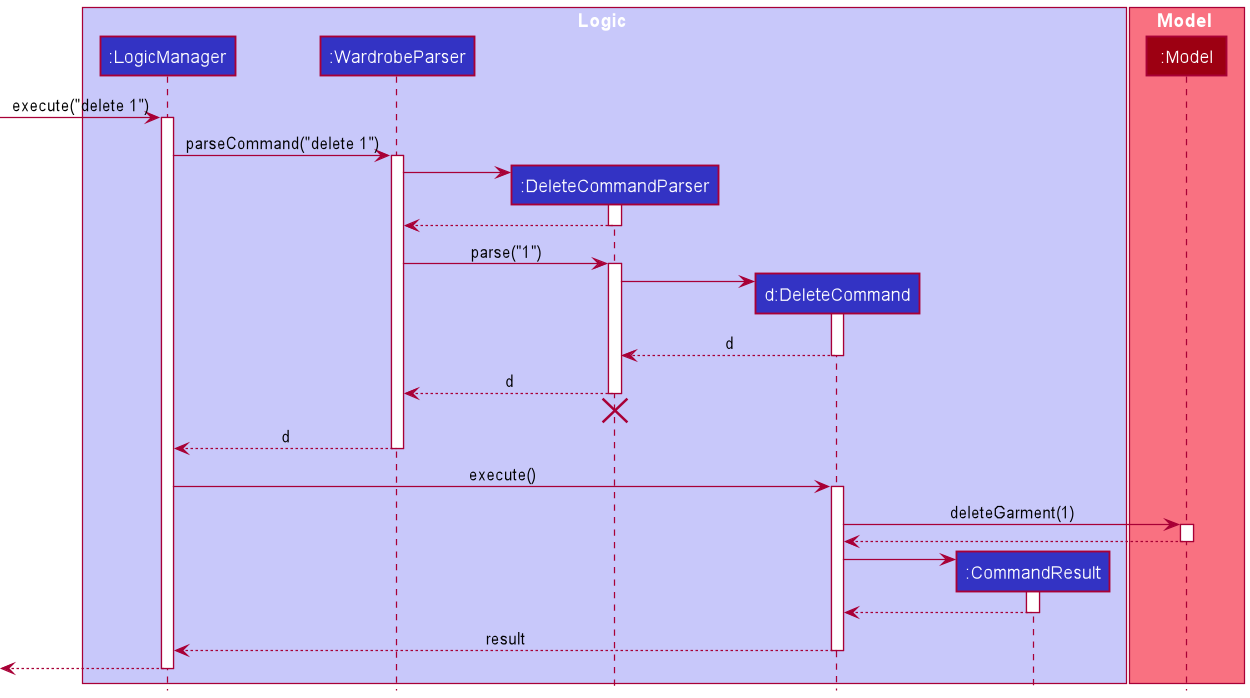
Above: docs/images/DeleteSequenceDiagram.png in nus-cs2103-AY2021S2/tp (PlantUML), before the change. Source of this version:
```plantuml
@startuml
!include style.puml

box Logic LOGIC_COLOR_T1
participant ":LogicManager" as LogicManager LOGIC_COLOR
participant ":WardrobeParser" as WardrobeParser LOGIC_COLOR
participant ":DeleteCommandParser" as DeleteCommandParser LOGIC_COLOR
participant "d:DeleteCommand" as DeleteCommand LOGIC_COLOR
participant ":CommandResult" as CommandResult LOGIC_COLOR
end box

box Model MODEL_COLOR_T1
participant ":Model" as Model MODEL_COLOR
end box

[-> LogicManager : execute("delete 1")
activate LogicManager

LogicManager -> WardrobeParser : parseCommand("delete 1")
activate WardrobeParser

create DeleteCommandParser
WardrobeParser -> DeleteCommandParser
activate DeleteCommandParser

DeleteCommandParser --> WardrobeParser
deactivate DeleteCommandParser

WardrobeParser -> DeleteCommandParser : parse("1")
activate DeleteCommandParser

create DeleteCommand
DeleteCommandParser -> DeleteCommand
activate DeleteCommand

DeleteCommand --> DeleteCommandParser : d
deactivate DeleteCommand

DeleteCommandParser --> WardrobeParser : d
deactivate DeleteCommandParser
DeleteCommandParser -[hidden]-> WardrobeParser
destroy DeleteCommandParser

WardrobeParser --> LogicManager : d
deactivate WardrobeParser

LogicManager -> DeleteCommand : execute()
activate DeleteCommand

DeleteCommand -> Model : deleteGarment(1)
activate Model

Model --> DeleteCommand
deactivate Model

create CommandResult
DeleteCommand -> CommandResult
activate CommandResult

CommandResult --> DeleteCommand
deactivate CommandResult

DeleteCommand --> LogicManager : result
deactivate DeleteCommand

[<--LogicManager
deactivate LogicManager
@enduml
```
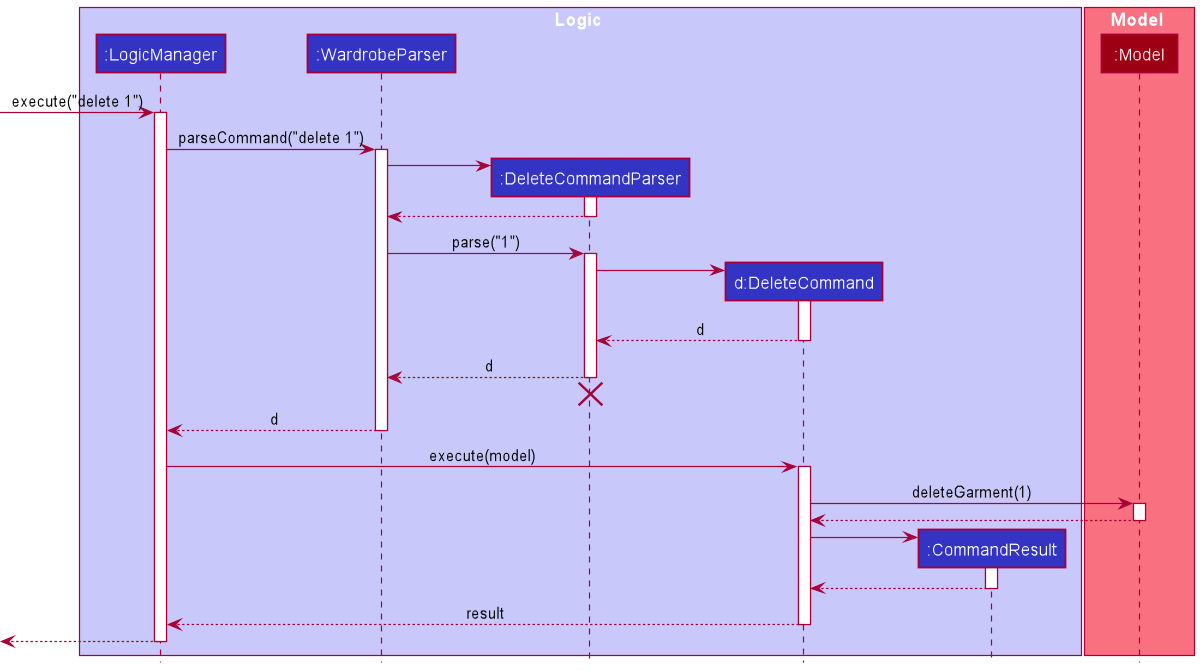
After the commit.

The edit, as a diff of the source:
```diff
@@ -44,7 +44,7 @@
 WardrobeParser --> LogicManager : d
 deactivate WardrobeParser
 
-LogicManager -> DeleteCommand : execute()
+LogicManager -> DeleteCommand : execute(model)
 activate DeleteCommand
 
 DeleteCommand -> Model : deleteGarment(1)
```
